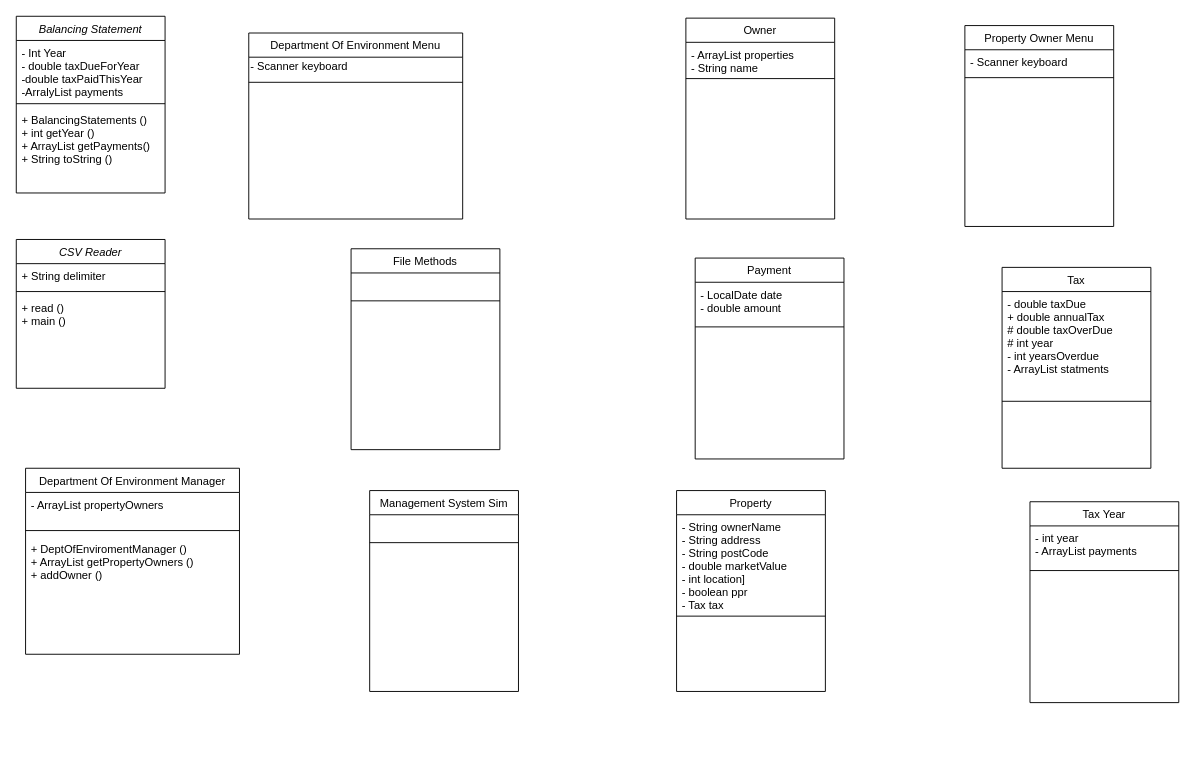
The draw.io diagram Untitled Diagram.drawio in DylanLambert502/TaxIrelandSolutionsLtd-, before the edit. Source tidied: cells renumbered, new cells numbered last; positions are measured from the earlier drawing's top-left corner, leaving out a move shared by most shapes. Both pictures are drawn from the tidied source at 93%, with x=0, y=0 at pixel (16, 16).
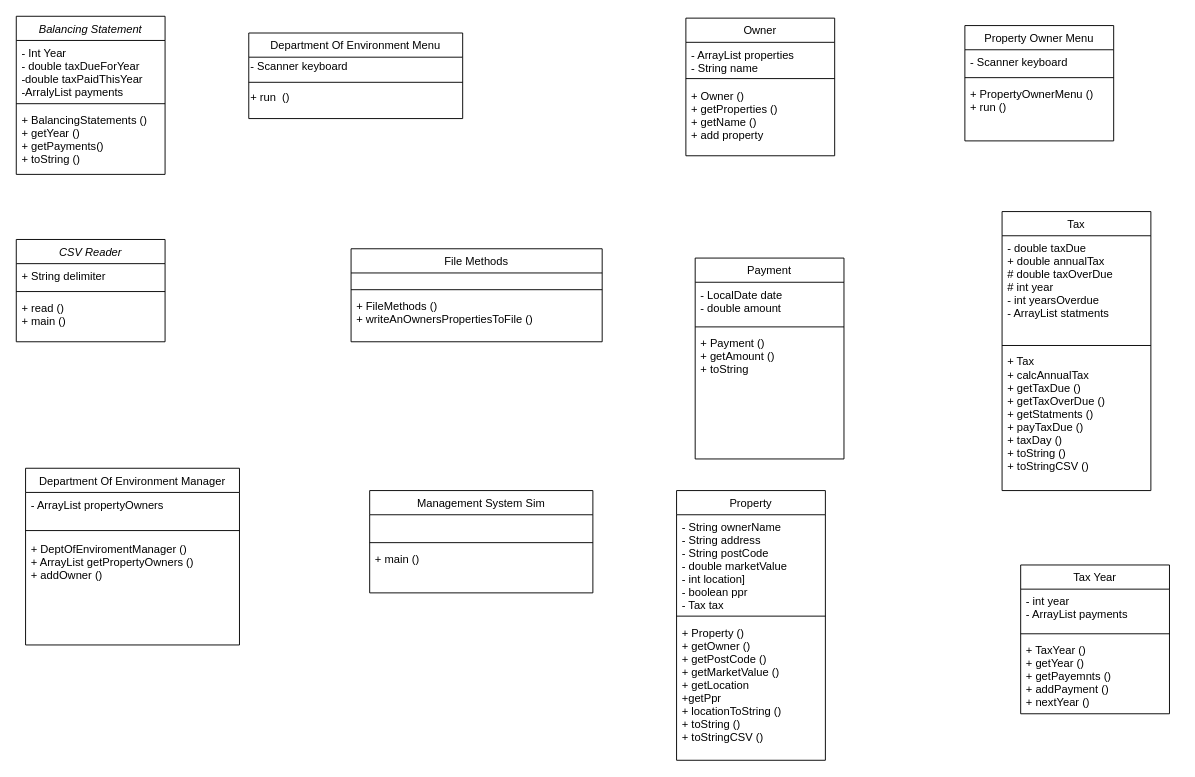
The same page after the edit.

Commit message:
Classes fully updated

The change refers to these unchanged cells:
```xml
<mxCell id="27" value="Payment" style="swimlane;fontStyle=0;align=center;verticalAlign=top;horizontal=1;startSize=26;rounded=0;shadow=0;strokeWidth=1;" parent="1" vertex="1">
  <mxGeometry x="730" y="260" width="160" height="216" as="geometry" />
</mxCell>
```

The edit, as a diff of the source:
```diff
@@
     <mxCell id="2" value="Balancing Statement" style="swimlane;fontStyle=2;align=center;verticalAlign=top;horizontal=1;startSize=26;rounded=0;shadow=0;strokeWidth=1;" parent="1" vertex="1">
-      <mxGeometry width="160" height="190" as="geometry" />
+      <mxGeometry width="160" height="170" as="geometry" />
     </mxCell>
@@
-    <mxCell id="5" value="+ BalancingStatements ()&#10;+ int getYear ()&#10;+ ArrayList getPayments()&#10;+ String toString ()" style="text;align=left;verticalAlign=top;spacingLeft=4;spacingRight=4;overflow=hidden;rounded=0;shadow=0;html=0;" parent="2" vertex="1">
+    <mxCell id="5" value="+ BalancingStatements ()&#10;+ getYear ()&#10;+ getPayments()&#10;+ toString ()" style="text;align=left;verticalAlign=top;spacingLeft=4;spacingRight=4;overflow=hidden;rounded=0;shadow=0;html=0;" parent="2" vertex="1">
       <mxGeometry y="98" width="160" height="64" as="geometry" />
     </mxCell>
     <mxCell id="6" value="Department Of Environment Manager" style="swimlane;fontStyle=0;align=center;verticalAlign=top;horizontal=1;startSize=26;rounded=0;shadow=0;strokeWidth=1;" parent="1" vertex="1">
-      <mxGeometry x="10" y="486" width="230" height="200" as="geometry" />
+      <mxGeometry x="10" y="486" width="230" height="190" as="geometry" />
     </mxCell>
@@
     <mxCell id="9" value="+ DeptOfEnviromentManager ()&#10;+ ArrayList getPropertyOwners ()&#10;+ addOwner ()&#10;" style="text;align=left;verticalAlign=top;spacingLeft=4;spacingRight=4;overflow=hidden;rounded=0;shadow=0;html=0;" parent="6" vertex="1">
-      <mxGeometry y="74" width="230" height="116" as="geometry" />
+      <mxGeometry y="74" width="230" height="56" as="geometry" />
     </mxCell>
     <mxCell id="10" value="File Methods" style="swimlane;fontStyle=0;align=center;verticalAlign=top;horizontal=1;startSize=26;rounded=0;shadow=0;strokeWidth=1;" parent="1" vertex="1">
-      <mxGeometry x="360" y="250" width="160" height="216" as="geometry" />
+      <mxGeometry x="360" y="250" width="270" height="100" as="geometry" />
     </mxCell>
     <mxCell id="11" value=" " style="text;align=left;verticalAlign=top;spacingLeft=4;spacingRight=4;overflow=hidden;rounded=0;shadow=0;html=0;" parent="10" vertex="1">
-      <mxGeometry y="26" width="160" height="26" as="geometry" />
+      <mxGeometry y="26" width="270" height="14" as="geometry" />
     </mxCell>
     <mxCell id="12" style="line;html=1;strokeWidth=1;align=left;verticalAlign=middle;spacingTop=-1;spacingLeft=3;spacingRight=3;labelPosition=right;" parent="10" vertex="1">
-      <mxGeometry y="52" width="160" height="8" as="geometry" />
+      <mxGeometry y="40" width="270" height="8" as="geometry" />
     </mxCell>
+    <mxCell id="42" value="+ FileMethods ()&#10;+ writeAnOwnersPropertiesToFile ()" style="text;align=left;verticalAlign=top;spacingLeft=4;spacingRight=4;overflow=hidden;rounded=0;shadow=0;html=0;" parent="10" vertex="1">
+      <mxGeometry y="48" width="270" height="42" as="geometry" />
+    </mxCell>
     <mxCell id="13" value="CSV Reader" style="swimlane;fontStyle=2;align=center;verticalAlign=top;horizontal=1;startSize=26;rounded=0;shadow=0;strokeWidth=1;" parent="1" vertex="1">
-      <mxGeometry y="240" width="160" height="160" as="geometry" />
+      <mxGeometry y="240" width="160" height="110" as="geometry" />
     </mxCell>
@@
     <mxCell id="17" value="Department Of Environment Menu" style="swimlane;fontStyle=0;align=center;verticalAlign=top;horizontal=1;startSize=26;rounded=0;shadow=0;strokeWidth=1;" parent="1" vertex="1">
-      <mxGeometry x="250" y="18" width="230" height="200" as="geometry" />
+      <mxGeometry x="250" y="18" width="230" height="92" as="geometry" />
     </mxCell>
@@
+    <mxCell id="43" value="+ run&amp;nbsp; ()" style="text;html=1;align=left;verticalAlign=middle;" parent="17" vertex="1">
+      <mxGeometry y="60" width="230" height="20" as="geometry" />
+    </mxCell>
@@
     <mxCell id="21" value="Management System Sim" style="swimlane;fontStyle=0;align=center;verticalAlign=top;horizontal=1;startSize=26;rounded=0;shadow=0;strokeWidth=1;" parent="1" vertex="1">
-      <mxGeometry x="380" y="510" width="160" height="216" as="geometry" />
+      <mxGeometry x="380" y="510" width="240" height="110" as="geometry" />
     </mxCell>
     <mxCell id="22" value=" " style="text;align=left;verticalAlign=top;spacingLeft=4;spacingRight=4;overflow=hidden;rounded=0;shadow=0;html=0;" parent="21" vertex="1">
-      <mxGeometry y="26" width="160" height="26" as="geometry" />
+      <mxGeometry y="26" width="240" height="26" as="geometry" />
     </mxCell>
     <mxCell id="23" style="line;html=1;strokeWidth=1;align=left;verticalAlign=middle;spacingTop=-1;spacingLeft=3;spacingRight=3;labelPosition=right;" parent="21" vertex="1">
-      <mxGeometry y="52" width="160" height="8" as="geometry" />
+      <mxGeometry y="52" width="240" height="8" as="geometry" />
     </mxCell>
+    <mxCell id="44" value="+ main ()" style="text;align=left;verticalAlign=top;spacingLeft=4;spacingRight=4;overflow=hidden;rounded=0;shadow=0;html=0;" parent="21" vertex="1">
+      <mxGeometry y="60" width="240" height="40" as="geometry" />
+    </mxCell>
     <mxCell id="24" value="Owner" style="swimlane;fontStyle=0;align=center;verticalAlign=top;horizontal=1;startSize=26;rounded=0;shadow=0;strokeWidth=1;" parent="1" vertex="1">
-      <mxGeometry x="720" y="2" width="160" height="216" as="geometry" />
+      <mxGeometry x="720" y="2" width="160" height="148" as="geometry" />
     </mxCell>
@@
+    <mxCell id="45" value="+ Owner ()&#10;+ getProperties ()&#10;+ getName ()&#10;+ add property" style="text;align=left;verticalAlign=top;spacingLeft=4;spacingRight=4;overflow=hidden;rounded=0;shadow=0;html=0;" parent="24" vertex="1">
+      <mxGeometry y="70" width="160" height="64" as="geometry" />
+    </mxCell>
@@
+    <mxCell id="46" value="+ Payment ()&#10;+ getAmount ()&#10;+ toString" style="text;align=left;verticalAlign=top;spacingLeft=4;spacingRight=4;overflow=hidden;rounded=0;shadow=0;html=0;" parent="27" vertex="1">
+      <mxGeometry y="78" width="160" height="64" as="geometry" />
+    </mxCell>
     <mxCell id="30" value="Property" style="swimlane;fontStyle=0;align=center;verticalAlign=top;horizontal=1;startSize=26;rounded=0;shadow=0;strokeWidth=1;" parent="1" vertex="1">
-      <mxGeometry x="710" y="510" width="160" height="216" as="geometry" />
+      <mxGeometry x="710" y="510" width="160" height="290" as="geometry" />
     </mxCell>
@@
+    <mxCell id="47" value="+ Property ()&#10;+ getOwner ()&#10;+ getPostCode ()&#10;+ getMarketValue ()&#10;+ getLocation&#10;+getPpr&#10;+ locationToString ()&#10;+ toString ()&#10;+ toStringCSV ()" style="text;align=left;verticalAlign=top;spacingLeft=4;spacingRight=4;overflow=hidden;rounded=0;shadow=0;html=0;" parent="30" vertex="1">
+      <mxGeometry y="140" width="160" height="140" as="geometry" />
+    </mxCell>
     <mxCell id="33" value="Property Owner Menu" style="swimlane;fontStyle=0;align=center;verticalAlign=top;horizontal=1;startSize=26;rounded=0;shadow=0;strokeWidth=1;" parent="1" vertex="1">
-      <mxGeometry x="1020" y="10" width="160" height="216" as="geometry" />
+      <mxGeometry x="1020" y="10" width="160" height="124" as="geometry" />
     </mxCell>
@@
+    <mxCell id="48" value="+ PropertyOwnerMenu ()&#10;+ run ()" style="text;align=left;verticalAlign=top;spacingLeft=4;spacingRight=4;overflow=hidden;rounded=0;shadow=0;html=0;" parent="33" vertex="1">
+      <mxGeometry y="60" width="160" height="64" as="geometry" />
+    </mxCell>
     <mxCell id="36" value="Tax Year" style="swimlane;fontStyle=0;align=center;verticalAlign=top;horizontal=1;startSize=26;rounded=0;shadow=0;strokeWidth=1;" parent="1" vertex="1">
-      <mxGeometry x="1090" y="522" width="160" height="216" as="geometry" />
+      <mxGeometry x="1080" y="590" width="160" height="160" as="geometry" />
     </mxCell>
@@
+    <mxCell id="49" value="+ TaxYear ()&#10;+ getYear ()&#10;+ getPayemnts ()&#10;+ addPayment ()&#10;+ nextYear ()" style="text;align=left;verticalAlign=top;spacingLeft=4;spacingRight=4;overflow=hidden;rounded=0;shadow=0;html=0;" parent="36" vertex="1">
+      <mxGeometry y="78" width="160" height="82" as="geometry" />
+    </mxCell>
     <mxCell id="39" value="Tax" style="swimlane;fontStyle=0;align=center;verticalAlign=top;horizontal=1;startSize=26;rounded=0;shadow=0;strokeWidth=1;" parent="1" vertex="1">
-      <mxGeometry x="1060" y="270" width="160" height="216" as="geometry" />
+      <mxGeometry x="1060" y="210" width="160" height="300" as="geometry" />
     </mxCell>
@@
+    <mxCell id="50" value="+ Tax&#10;+ calcAnnualTax&#10;+ getTaxDue ()&#10;+ getTaxOverDue ()&#10;+ getStatments ()&#10;+ payTaxDue ()&#10;+ taxDay ()&#10;+ toString ()&#10;+ toStringCSV ()" style="text;align=left;verticalAlign=top;spacingLeft=4;spacingRight=4;overflow=hidden;rounded=0;shadow=0;html=0;" parent="39" vertex="1">
+      <mxGeometry y="148" width="160" height="142" as="geometry" />
+    </mxCell>
```
